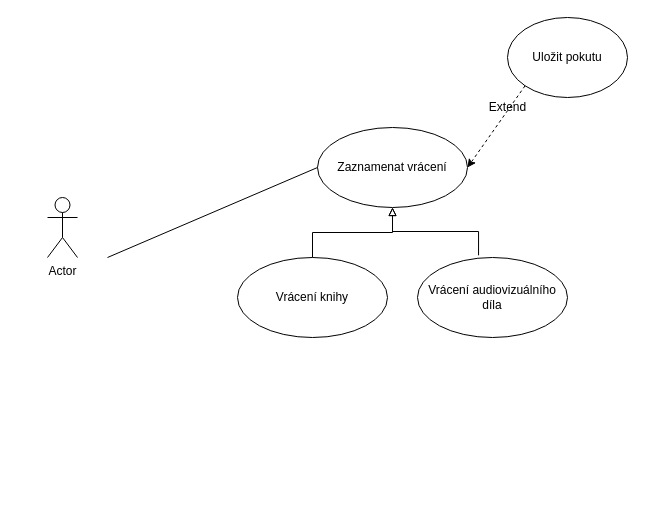
dankolar69/diagrams.net-1 keeps this draw.io diagram as Untitled Diagram.drawio. Above is the earlier version. Source tidied: cells renumbered, new cells numbered last; positions are measured from the earlier drawing's top-left corner, leaving out a move shared by most shapes. Both pictures are drawn from the tidied source at 100%, with x=0, y=0 at pixel (47, 17).
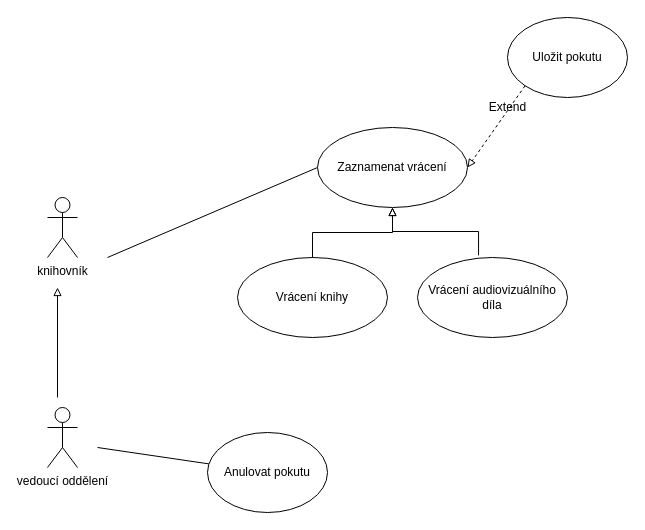
The same page after the edit.

Diff of the diagram source:
```diff
@@
 <mxGraphModel>
   <root>
     <mxCell id="0" />
     <mxCell id="1" parent="0" />
-    <mxCell id="2" value="Actor" style="shape=umlActor;verticalLabelPosition=bottom;verticalAlign=top;html=1;" parent="1" vertex="1">
+    <mxCell id="2" value="knihovník" style="shape=umlActor;verticalLabelPosition=bottom;verticalAlign=top;html=1;" parent="1" vertex="1">
       <mxGeometry y="180" width="30" height="60" as="geometry" />
     </mxCell>
     <mxCell id="3" value="Zaznamenat vrácení" style="ellipse;whiteSpace=wrap;html=1;" parent="1" vertex="1">
       <mxGeometry x="270" y="110" width="150" height="80" as="geometry" />
     </mxCell>
     <mxCell id="4" style="endArrow=none;html=1;rounded=0;entryX=0;entryY=0.5;entryDx=0;entryDy=0;" parent="1" edge="1" target="3">
       <mxGeometry relative="1" as="geometry">
         <mxPoint x="60" y="240" as="sourcePoint" />
       </mxGeometry>
     </mxCell>
     <mxCell id="5" value="Vrácení knihy" style="ellipse;whiteSpace=wrap;html=1;" parent="1" vertex="1">
       <mxGeometry x="190" y="240" width="150" height="80" as="geometry" />
     </mxCell>
     <mxCell id="6" value="Vrácení audiovizuálního díla" style="ellipse;whiteSpace=wrap;html=1;" parent="1" vertex="1">
       <mxGeometry x="370" y="240" width="150" height="80" as="geometry" />
     </mxCell>
     <mxCell id="7" style="edgeStyle=elbowEdgeStyle;elbow=vertical;endArrow=block;html=1;rounded=0;exitX=0.5;exitY=0;exitDx=0;exitDy=0;entryX=0.5;entryY=1;entryDx=0;entryDy=0;endFill=0;" parent="1" edge="1" source="5" target="3">
       <mxGeometry relative="1" as="geometry" />
     </mxCell>
     <mxCell id="8" style="edgeStyle=elbowEdgeStyle;elbow=vertical;endArrow=block;html=1;rounded=0;exitX=0.407;exitY=-0.027;exitDx=0;exitDy=0;exitPerimeter=0;entryX=0.5;entryY=1;entryDx=0;entryDy=0;endFill=0;" parent="1" edge="1" source="6" target="3">
-      <mxGeometry relative="1" as="geometry" />
+      <mxGeometry relative="1" as="geometry">
+        <Array as="points">
+          <mxPoint x="380" y="214" />
+        </Array>
+      </mxGeometry>
     </mxCell>
     <mxCell id="9" value="Uložit pokutu" style="ellipse;whiteSpace=wrap;html=1;" parent="1" vertex="1">
       <mxGeometry x="460" width="120" height="80" as="geometry" />
     </mxCell>
-    <mxCell id="10" style="endArrow=classic;html=1;rounded=0;elbow=vertical;exitX=0;exitY=1;exitDx=0;exitDy=0;entryX=1;entryY=0.5;entryDx=0;entryDy=0;dashed=1;" parent="1" edge="1" source="9" target="3">
+    <mxCell id="10" style="endArrow=block;html=1;rounded=0;elbow=vertical;exitX=0;exitY=1;exitDx=0;exitDy=0;entryX=1;entryY=0.5;entryDx=0;entryDy=0;dashed=1;endFill=0;" parent="1" edge="1" source="9" target="3">
       <mxGeometry relative="1" as="geometry" />
     </mxCell>
     <mxCell id="11" value="Extend" style="text;html=1;align=center;verticalAlign=middle;strokeColor=none;fillColor=none;" parent="1" vertex="1">
       <mxGeometry x="435" y="80" width="50" height="20" as="geometry" />
     </mxCell>
+    <mxCell id="12" value="vedoucí oddělení" style="shape=umlActor;verticalLabelPosition=bottom;verticalAlign=top;html=1;" parent="1" vertex="1">
+      <mxGeometry y="390" width="30" height="60" as="geometry" />
+    </mxCell>
+    <mxCell id="13" value="Anulovat pokutu" style="ellipse;whiteSpace=wrap;html=1;" parent="1" vertex="1">
+      <mxGeometry x="160" y="415" width="120" height="80" as="geometry" />
+    </mxCell>
+    <mxCell id="14" style="endArrow=none;html=1;rounded=0;" parent="1" edge="1" target="13">
+      <mxGeometry relative="1" as="geometry">
+        <mxPoint x="50" y="430" as="sourcePoint" />
+      </mxGeometry>
+    </mxCell>
+    <mxCell id="15" style="endArrow=block;html=1;rounded=0;elbow=vertical;endFill=0;" parent="1" edge="1">
+      <mxGeometry relative="1" as="geometry">
+        <mxPoint x="10" y="380" as="sourcePoint" />
+        <mxPoint x="10" y="270" as="targetPoint" />
+      </mxGeometry>
+    </mxCell>
   </root>
 </mxGraphModel>
```
